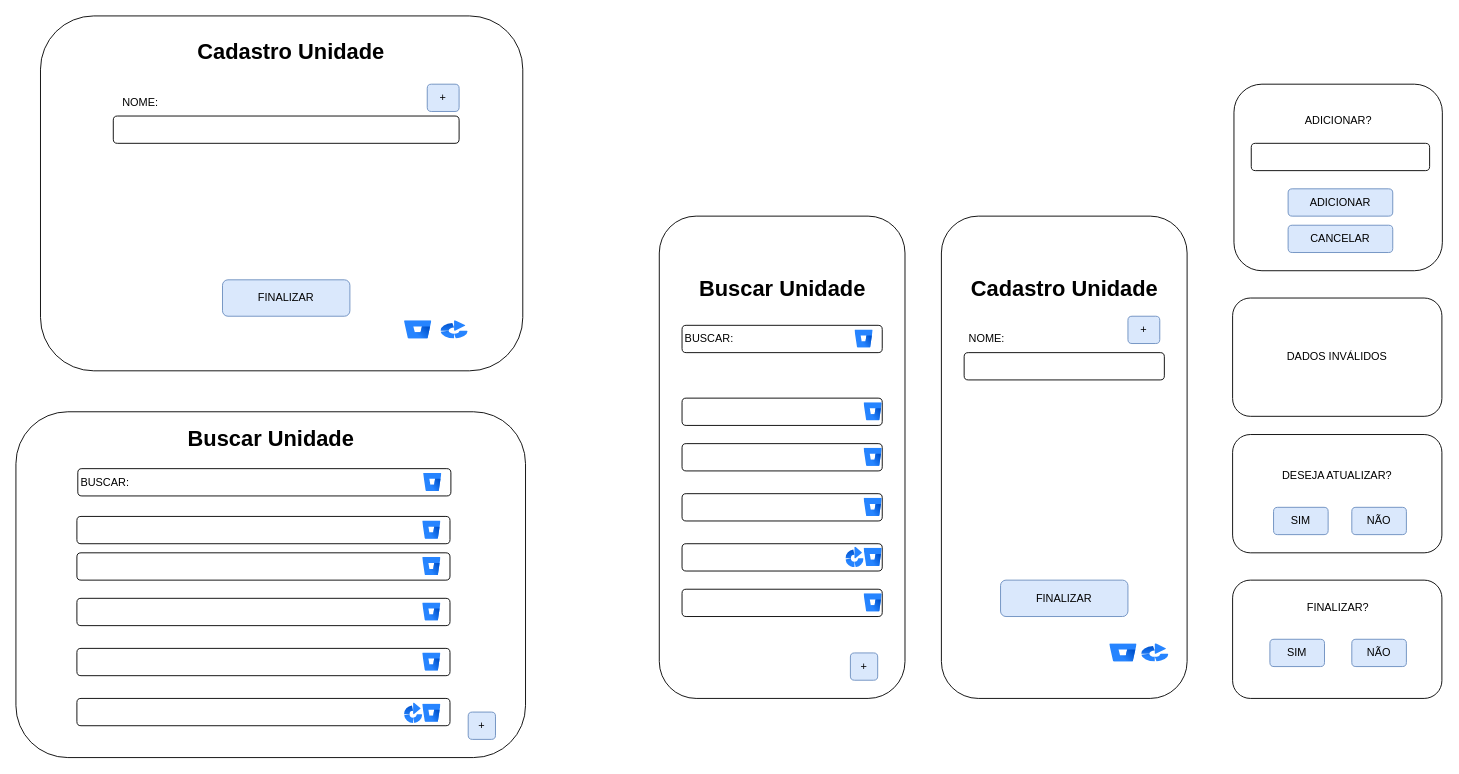
Before: page "Página-6" (6 of 14) of DOC/tela.drawio in juliareis14/avatar.app, a draw.io diagram. Source tidied: cells renumbered, new cells numbered last; positions are measured from the earlier drawing's top-left corner, leaving out a move shared by most shapes. Both pictures are drawn from the tidied source at 91%, with x=0, y=0 at pixel (15, 15).
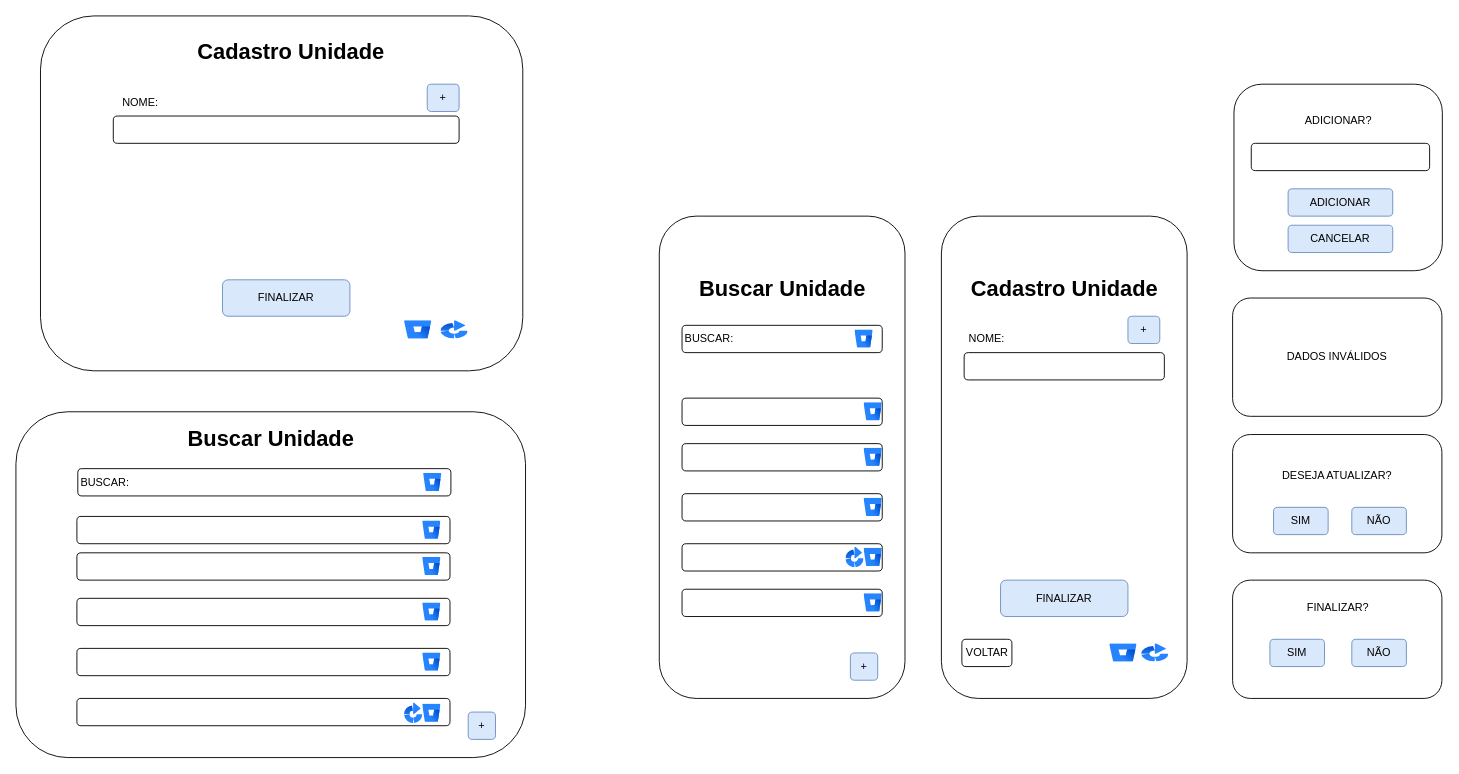
After the change.

The edit, as a diff of the source:
```diff
@@
+    <mxCell id="66" value="VOLTAR" style="rounded=1;whiteSpace=wrap;html=1;" parent="1" vertex="1">
+      <mxGeometry x="1039.5" y="685" width="55" height="30" as="geometry" />
+    </mxCell>
```
